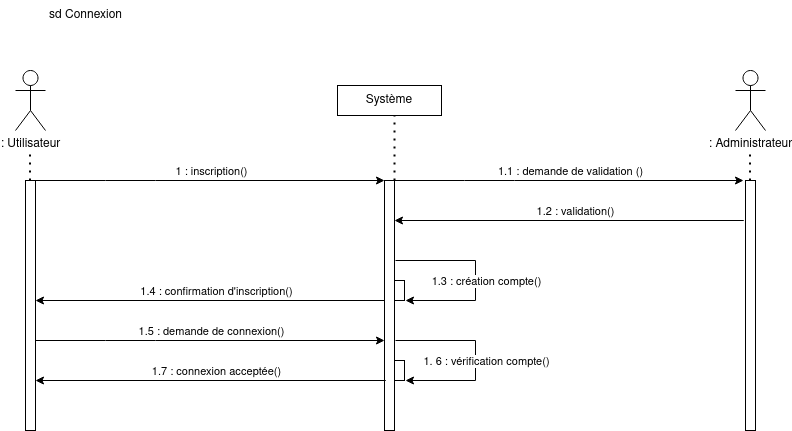
Earlier version of the draw.io export diagrams/diagramme_de_sequence_myfirstblog-connexion.drawio.png (j-lucea/MyFirstBlog). Source tidied: cells renumbered, new cells last; positions are measured from the earlier drawing's top-left corner, leaving out a move shared by most shapes. Source of this version:
```xml
<mxGraphModel>
  <root>
    <mxCell id="0" />
    <mxCell id="1" parent="0" />
    <mxCell id="2" value="Système" style="rounded=0;whiteSpace=wrap;html=1;" parent="1" vertex="1">
      <mxGeometry x="322" y="85" width="104" height="30" as="geometry" />
    </mxCell>
    <mxCell id="3" value=": Utilisateur" style="shape=umlActor;verticalLabelPosition=bottom;verticalAlign=top;html=1;" parent="1" vertex="1">
      <mxGeometry y="70" width="30" height="60" as="geometry" />
    </mxCell>
    <mxCell id="4" style="endArrow=classic;html=1;rounded=0;" parent="1" edge="1">
      <mxGeometry relative="1" as="geometry">
        <mxPoint x="20" y="180" as="sourcePoint" />
        <mxPoint x="369" y="180" as="targetPoint" />
        <Array as="points">
          <mxPoint x="90" y="180" />
          <mxPoint x="140" y="180" />
        </Array>
      </mxGeometry>
    </mxCell>
    <mxCell id="5" value="1 : inscription()" style="edgeLabel;html=1;align=center;verticalAlign=middle;" parent="4" vertex="1">
      <mxGeometry relative="1" as="geometry">
        <mxPoint y="-10" as="offset" />
      </mxGeometry>
    </mxCell>
    <mxCell id="6" style="html=1;points=[];perimeter=orthogonalPerimeter;outlineConnect=0;targetShapes=umlLifeline;portConstraint=eastwest;newEdgeStyle={&quot;edgeStyle&quot;:&quot;elbowEdgeStyle&quot;,&quot;elbow&quot;:&quot;vertical&quot;,&quot;curved&quot;:0,&quot;rounded&quot;:0};" parent="1" vertex="1">
      <mxGeometry x="10" y="180" width="10" height="250" as="geometry" />
    </mxCell>
    <mxCell id="7" style="html=1;points=[];perimeter=orthogonalPerimeter;outlineConnect=0;targetShapes=umlLifeline;portConstraint=eastwest;newEdgeStyle={&quot;edgeStyle&quot;:&quot;elbowEdgeStyle&quot;,&quot;elbow&quot;:&quot;vertical&quot;,&quot;curved&quot;:0,&quot;rounded&quot;:0};" parent="1" vertex="1">
      <mxGeometry x="369" y="180" width="10" height="250" as="geometry" />
    </mxCell>
    <mxCell id="8" style="endArrow=classic;html=1;rounded=0;" parent="1" edge="1">
      <mxGeometry relative="1" as="geometry">
        <mxPoint x="20" y="340" as="sourcePoint" />
        <mxPoint x="369" y="340" as="targetPoint" />
        <Array as="points">
          <mxPoint x="90" y="340" />
          <mxPoint x="140" y="340" />
        </Array>
      </mxGeometry>
    </mxCell>
    <mxCell id="9" value="1.5 : demande de connexion()" style="edgeLabel;html=1;align=center;verticalAlign=middle;" parent="8" vertex="1">
      <mxGeometry relative="1" as="geometry">
        <mxPoint y="-10" as="offset" />
      </mxGeometry>
    </mxCell>
    <mxCell id="10" style="html=1;perimeter=orthogonalPerimeter;targetShapes=umlLifeline;newEdgeStyle={&quot;edgeStyle&quot;:&quot;elbowEdgeStyle&quot;,&quot;elbow&quot;:&quot;vertical&quot;,&quot;curved&quot;:0,&quot;rounded&quot;:0};" parent="1" vertex="1">
      <mxGeometry x="379" y="360" width="10" height="20" as="geometry" />
    </mxCell>
    <mxCell id="11" style="endArrow=classic;html=1;rounded=0;" parent="1" edge="1">
      <mxGeometry relative="1" as="geometry">
        <mxPoint x="380" y="340" as="sourcePoint" />
        <mxPoint x="390" y="380" as="targetPoint" />
        <Array as="points">
          <mxPoint x="460" y="340" />
          <mxPoint x="460" y="380" />
        </Array>
      </mxGeometry>
    </mxCell>
    <mxCell id="12" value="1. 6 : vérification compte()" style="edgeLabel;html=1;align=center;verticalAlign=middle;" parent="11" vertex="1">
      <mxGeometry relative="1" as="geometry">
        <mxPoint x="10" y="5" as="offset" />
      </mxGeometry>
    </mxCell>
    <mxCell id="13" value="sd Connexion" style="text;html=1;align=center;verticalAlign=middle;strokeColor=none;fillColor=none;" parent="1" vertex="1">
      <mxGeometry x="20" width="100" height="30" as="geometry" />
    </mxCell>
    <mxCell id="14" style="endArrow=none;dashed=1;html=1;dashPattern=1 3;strokeWidth=2;rounded=0;" parent="1" edge="1" source="7">
      <mxGeometry relative="1" as="geometry">
        <mxPoint x="379" y="115" as="targetPoint" />
      </mxGeometry>
    </mxCell>
    <mxCell id="15" style="endArrow=none;dashed=1;html=1;dashPattern=1 3;strokeWidth=2;rounded=0;" parent="1" edge="1">
      <mxGeometry relative="1" as="geometry">
        <mxPoint x="14.5" y="180" as="sourcePoint" />
        <mxPoint x="14.5" y="150" as="targetPoint" />
      </mxGeometry>
    </mxCell>
    <mxCell id="16" style="endArrow=classic;html=1;rounded=0;" parent="1" edge="1" target="6">
      <mxGeometry relative="1" as="geometry">
        <mxPoint x="230" y="380" as="sourcePoint" />
        <Array as="points">
          <mxPoint x="300" y="380" />
          <mxPoint x="370" y="380" />
        </Array>
      </mxGeometry>
    </mxCell>
    <mxCell id="17" value="1.7 : connexion acceptée()" style="edgeLabel;html=1;align=center;verticalAlign=middle;" parent="16" vertex="1">
      <mxGeometry relative="1" as="geometry">
        <mxPoint x="-65" y="-10" as="offset" />
      </mxGeometry>
    </mxCell>
    <mxCell id="18" style="endArrow=classic;html=1;rounded=0;" parent="1" edge="1">
      <mxGeometry relative="1" as="geometry">
        <mxPoint x="249" y="300" as="sourcePoint" />
        <mxPoint x="20" y="300" as="targetPoint" />
        <Array as="points">
          <mxPoint x="319" y="300" />
          <mxPoint x="369" y="300" />
        </Array>
      </mxGeometry>
    </mxCell>
    <mxCell id="19" value="1.4 : confirmation d'inscription()" style="edgeLabel;html=1;align=center;verticalAlign=middle;" parent="18" vertex="1">
      <mxGeometry relative="1" as="geometry">
        <mxPoint x="-54" y="-10" as="offset" />
      </mxGeometry>
    </mxCell>
    <mxCell id="20" style="html=1;perimeter=orthogonalPerimeter;targetShapes=umlLifeline;newEdgeStyle={&quot;edgeStyle&quot;:&quot;elbowEdgeStyle&quot;,&quot;elbow&quot;:&quot;vertical&quot;,&quot;curved&quot;:0,&quot;rounded&quot;:0};" parent="1" vertex="1">
      <mxGeometry x="379" y="280" width="10" height="20" as="geometry" />
    </mxCell>
    <mxCell id="21" style="endArrow=classic;html=1;rounded=0;" parent="1" edge="1">
      <mxGeometry relative="1" as="geometry">
        <mxPoint x="380" y="260" as="sourcePoint" />
        <mxPoint x="390" y="300" as="targetPoint" />
        <Array as="points">
          <mxPoint x="460" y="260" />
          <mxPoint x="460" y="300" />
        </Array>
      </mxGeometry>
    </mxCell>
    <mxCell id="22" value="1.3 : création compte()" style="edgeLabel;html=1;align=center;verticalAlign=middle;" parent="21" vertex="1">
      <mxGeometry relative="1" as="geometry">
        <mxPoint x="10" y="5" as="offset" />
      </mxGeometry>
    </mxCell>
    <mxCell id="23" style="endArrow=classic;html=1;rounded=0;" parent="1" edge="1">
      <mxGeometry relative="1" as="geometry">
        <mxPoint x="379" y="180" as="sourcePoint" />
        <mxPoint x="728" y="180" as="targetPoint" />
        <Array as="points">
          <mxPoint x="449" y="180" />
          <mxPoint x="499" y="180" />
        </Array>
      </mxGeometry>
    </mxCell>
    <mxCell id="24" value="1.1 : demande de validation ()" style="edgeLabel;html=1;align=center;verticalAlign=middle;" parent="23" vertex="1">
      <mxGeometry relative="1" as="geometry">
        <mxPoint y="-10" as="offset" />
      </mxGeometry>
    </mxCell>
    <mxCell id="25" style="html=1;perimeter=orthogonalPerimeter;targetShapes=umlLifeline;newEdgeStyle={&quot;edgeStyle&quot;:&quot;elbowEdgeStyle&quot;,&quot;elbow&quot;:&quot;vertical&quot;,&quot;curved&quot;:0,&quot;rounded&quot;:0};" parent="1" vertex="1">
      <mxGeometry x="730" y="180" width="10" height="250" as="geometry" />
    </mxCell>
    <mxCell id="26" style="endArrow=classic;html=1;rounded=0;" parent="1" edge="1">
      <mxGeometry relative="1" as="geometry">
        <mxPoint x="608" y="220" as="sourcePoint" />
        <mxPoint x="379" y="220" as="targetPoint" />
        <Array as="points">
          <mxPoint x="678" y="220" />
          <mxPoint x="728" y="220" />
        </Array>
      </mxGeometry>
    </mxCell>
    <mxCell id="27" value="1.2 : validation()" style="edgeLabel;html=1;align=center;verticalAlign=middle;" parent="26" vertex="1">
      <mxGeometry relative="1" as="geometry">
        <mxPoint x="-54" y="-10" as="offset" />
      </mxGeometry>
    </mxCell>
    <mxCell id="28" value=": Administrateur" style="shape=umlActor;verticalLabelPosition=bottom;verticalAlign=top;html=1;" parent="1" vertex="1">
      <mxGeometry x="720" y="70" width="30" height="60" as="geometry" />
    </mxCell>
    <mxCell id="29" style="endArrow=none;dashed=1;html=1;dashPattern=1 3;strokeWidth=2;rounded=0;" parent="1" edge="1">
      <mxGeometry relative="1" as="geometry">
        <mxPoint x="734.5" y="180" as="sourcePoint" />
        <mxPoint x="734.5" y="150" as="targetPoint" />
      </mxGeometry>
    </mxCell>
  </root>
</mxGraphModel>
```
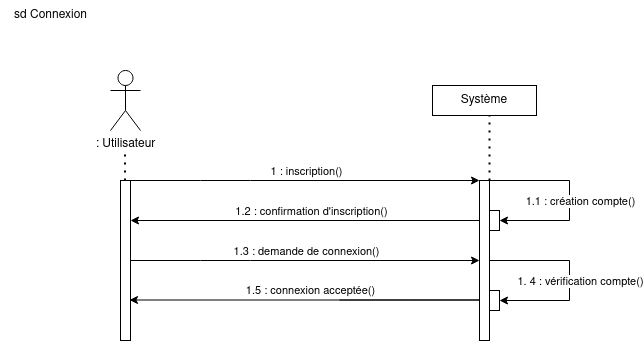
The same diagram one commit later.

Diff of the diagram source:
```diff
@@ -24,46 +24,46 @@
       </mxGeometry>
     </mxCell>
     <mxCell id="6" style="html=1;points=[];perimeter=orthogonalPerimeter;outlineConnect=0;targetShapes=umlLifeline;portConstraint=eastwest;newEdgeStyle={&quot;edgeStyle&quot;:&quot;elbowEdgeStyle&quot;,&quot;elbow&quot;:&quot;vertical&quot;,&quot;curved&quot;:0,&quot;rounded&quot;:0};" parent="1" vertex="1">
-      <mxGeometry x="10" y="180" width="10" height="250" as="geometry" />
+      <mxGeometry x="10" y="180" width="10" height="160" as="geometry" />
     </mxCell>
     <mxCell id="7" style="html=1;points=[];perimeter=orthogonalPerimeter;outlineConnect=0;targetShapes=umlLifeline;portConstraint=eastwest;newEdgeStyle={&quot;edgeStyle&quot;:&quot;elbowEdgeStyle&quot;,&quot;elbow&quot;:&quot;vertical&quot;,&quot;curved&quot;:0,&quot;rounded&quot;:0};" parent="1" vertex="1">
-      <mxGeometry x="369" y="180" width="10" height="250" as="geometry" />
+      <mxGeometry x="369" y="180" width="10" height="160" as="geometry" />
     </mxCell>
     <mxCell id="8" style="endArrow=classic;html=1;rounded=0;" parent="1" edge="1">
       <mxGeometry relative="1" as="geometry">
-        <mxPoint x="20" y="340" as="sourcePoint" />
-        <mxPoint x="369" y="340" as="targetPoint" />
+        <mxPoint x="20" y="260" as="sourcePoint" />
+        <mxPoint x="369" y="260" as="targetPoint" />
         <Array as="points">
-          <mxPoint x="90" y="340" />
-          <mxPoint x="140" y="340" />
+          <mxPoint x="90" y="260" />
+          <mxPoint x="140" y="260" />
         </Array>
       </mxGeometry>
     </mxCell>
-    <mxCell id="9" value="1.5 : demande de connexion()" style="edgeLabel;html=1;align=center;verticalAlign=middle;" parent="8" vertex="1">
+    <mxCell id="9" value="1.3 : demande de connexion()" style="edgeLabel;html=1;align=center;verticalAlign=middle;" parent="8" vertex="1">
       <mxGeometry relative="1" as="geometry">
         <mxPoint y="-10" as="offset" />
       </mxGeometry>
     </mxCell>
     <mxCell id="10" style="html=1;perimeter=orthogonalPerimeter;targetShapes=umlLifeline;newEdgeStyle={&quot;edgeStyle&quot;:&quot;elbowEdgeStyle&quot;,&quot;elbow&quot;:&quot;vertical&quot;,&quot;curved&quot;:0,&quot;rounded&quot;:0};" parent="1" vertex="1">
-      <mxGeometry x="379" y="360" width="10" height="20" as="geometry" />
+      <mxGeometry x="379" y="290" width="10" height="20" as="geometry" />
     </mxCell>
     <mxCell id="11" style="endArrow=classic;html=1;rounded=0;" parent="1" edge="1">
       <mxGeometry relative="1" as="geometry">
-        <mxPoint x="380" y="340" as="sourcePoint" />
-        <mxPoint x="390" y="380" as="targetPoint" />
+        <mxPoint x="379" y="260" as="sourcePoint" />
+        <mxPoint x="389" y="300" as="targetPoint" />
         <Array as="points">
-          <mxPoint x="460" y="340" />
-          <mxPoint x="460" y="380" />
+          <mxPoint x="459" y="260" />
+          <mxPoint x="459" y="300" />
         </Array>
       </mxGeometry>
     </mxCell>
-    <mxCell id="12" value="1. 6 : vérification compte()" style="edgeLabel;html=1;align=center;verticalAlign=middle;" parent="11" vertex="1">
+    <mxCell id="12" value="1. 4 : vérification compte()" style="edgeLabel;html=1;align=center;verticalAlign=middle;" parent="11" vertex="1">
       <mxGeometry relative="1" as="geometry">
         <mxPoint x="10" y="5" as="offset" />
       </mxGeometry>
     </mxCell>
     <mxCell id="13" value="sd Connexion" style="text;html=1;align=center;verticalAlign=middle;strokeColor=none;fillColor=none;" parent="1" vertex="1">
-      <mxGeometry x="20" width="100" height="30" as="geometry" />
+      <mxGeometry x="-110" width="100" height="30" as="geometry" />
     </mxCell>
     <mxCell id="14" style="endArrow=none;dashed=1;html=1;dashPattern=1 3;strokeWidth=2;rounded=0;" parent="1" edge="1" source="7">
       <mxGeometry relative="1" as="geometry">
@@ -76,94 +76,53 @@
         <mxPoint x="14.5" y="150" as="targetPoint" />
       </mxGeometry>
     </mxCell>
-    <mxCell id="16" style="endArrow=classic;html=1;rounded=0;" parent="1" edge="1" target="6">
+    <mxCell id="16" style="endArrow=classic;html=1;rounded=0;" parent="1" edge="1">
       <mxGeometry relative="1" as="geometry">
-        <mxPoint x="230" y="380" as="sourcePoint" />
+        <mxPoint x="229" y="299.5" as="sourcePoint" />
+        <mxPoint x="19" y="299.5" as="targetPoint" />
         <Array as="points">
-          <mxPoint x="300" y="380" />
-          <mxPoint x="370" y="380" />
+          <mxPoint x="299" y="299.5" />
+          <mxPoint x="369" y="299.5" />
         </Array>
       </mxGeometry>
     </mxCell>
-    <mxCell id="17" value="1.7 : connexion acceptée()" style="edgeLabel;html=1;align=center;verticalAlign=middle;" parent="16" vertex="1">
+    <mxCell id="17" value="1.5 : connexion acceptée()" style="edgeLabel;html=1;align=center;verticalAlign=middle;" parent="16" vertex="1">
       <mxGeometry relative="1" as="geometry">
         <mxPoint x="-65" y="-10" as="offset" />
       </mxGeometry>
     </mxCell>
     <mxCell id="18" style="endArrow=classic;html=1;rounded=0;" parent="1" edge="1">
       <mxGeometry relative="1" as="geometry">
-        <mxPoint x="249" y="300" as="sourcePoint" />
-        <mxPoint x="20" y="300" as="targetPoint" />
+        <mxPoint x="249" y="220" as="sourcePoint" />
+        <mxPoint x="20" y="220" as="targetPoint" />
         <Array as="points">
-          <mxPoint x="319" y="300" />
-          <mxPoint x="369" y="300" />
+          <mxPoint x="319" y="220" />
+          <mxPoint x="369" y="220" />
         </Array>
       </mxGeometry>
     </mxCell>
-    <mxCell id="19" value="1.4 : confirmation d'inscription()" style="edgeLabel;html=1;align=center;verticalAlign=middle;" parent="18" vertex="1">
+    <mxCell id="19" value="1.2 : confirmation d'inscription()" style="edgeLabel;html=1;align=center;verticalAlign=middle;" parent="18" vertex="1">
       <mxGeometry relative="1" as="geometry">
         <mxPoint x="-54" y="-10" as="offset" />
       </mxGeometry>
     </mxCell>
     <mxCell id="20" style="html=1;perimeter=orthogonalPerimeter;targetShapes=umlLifeline;newEdgeStyle={&quot;edgeStyle&quot;:&quot;elbowEdgeStyle&quot;,&quot;elbow&quot;:&quot;vertical&quot;,&quot;curved&quot;:0,&quot;rounded&quot;:0};" parent="1" vertex="1">
-      <mxGeometry x="379" y="280" width="10" height="20" as="geometry" />
+      <mxGeometry x="379" y="210" width="10" height="20" as="geometry" />
     </mxCell>
     <mxCell id="21" style="endArrow=classic;html=1;rounded=0;" parent="1" edge="1">
       <mxGeometry relative="1" as="geometry">
-        <mxPoint x="380" y="260" as="sourcePoint" />
-        <mxPoint x="390" y="300" as="targetPoint" />
+        <mxPoint x="379" y="180" as="sourcePoint" />
+        <mxPoint x="389" y="220" as="targetPoint" />
         <Array as="points">
-          <mxPoint x="460" y="260" />
-          <mxPoint x="460" y="300" />
+          <mxPoint x="459" y="180" />
+          <mxPoint x="459" y="220" />
         </Array>
       </mxGeometry>
     </mxCell>
-    <mxCell id="22" value="1.3 : création compte()" style="edgeLabel;html=1;align=center;verticalAlign=middle;" parent="21" vertex="1">
+    <mxCell id="22" value="1.1 : création compte()" style="edgeLabel;html=1;align=center;verticalAlign=middle;" parent="21" vertex="1">
       <mxGeometry relative="1" as="geometry">
         <mxPoint x="10" y="5" as="offset" />
       </mxGeometry>
     </mxCell>
-    <mxCell id="23" style="endArrow=classic;html=1;rounded=0;" parent="1" edge="1">
-      <mxGeometry relative="1" as="geometry">
-        <mxPoint x="379" y="180" as="sourcePoint" />
-        <mxPoint x="728" y="180" as="targetPoint" />
-        <Array as="points">
-          <mxPoint x="449" y="180" />
-          <mxPoint x="499" y="180" />
-        </Array>
-      </mxGeometry>
-    </mxCell>
-    <mxCell id="24" value="1.1 : demande de validation ()" style="edgeLabel;html=1;align=center;verticalAlign=middle;" parent="23" vertex="1">
-      <mxGeometry relative="1" as="geometry">
-        <mxPoint y="-10" as="offset" />
-      </mxGeometry>
-    </mxCell>
-    <mxCell id="25" style="html=1;perimeter=orthogonalPerimeter;targetShapes=umlLifeline;newEdgeStyle={&quot;edgeStyle&quot;:&quot;elbowEdgeStyle&quot;,&quot;elbow&quot;:&quot;vertical&quot;,&quot;curved&quot;:0,&quot;rounded&quot;:0};" parent="1" vertex="1">
-      <mxGeometry x="730" y="180" width="10" height="250" as="geometry" />
-    </mxCell>
-    <mxCell id="26" style="endArrow=classic;html=1;rounded=0;" parent="1" edge="1">
-      <mxGeometry relative="1" as="geometry">
-        <mxPoint x="608" y="220" as="sourcePoint" />
-        <mxPoint x="379" y="220" as="targetPoint" />
-        <Array as="points">
-          <mxPoint x="678" y="220" />
-          <mxPoint x="728" y="220" />
-        </Array>
-      </mxGeometry>
-    </mxCell>
-    <mxCell id="27" value="1.2 : validation()" style="edgeLabel;html=1;align=center;verticalAlign=middle;" parent="26" vertex="1">
-      <mxGeometry relative="1" as="geometry">
-        <mxPoint x="-54" y="-10" as="offset" />
-      </mxGeometry>
-    </mxCell>
-    <mxCell id="28" value=": Administrateur" style="shape=umlActor;verticalLabelPosition=bottom;verticalAlign=top;html=1;" parent="1" vertex="1">
-      <mxGeometry x="720" y="70" width="30" height="60" as="geometry" />
-    </mxCell>
-    <mxCell id="29" style="endArrow=none;dashed=1;html=1;dashPattern=1 3;strokeWidth=2;rounded=0;" parent="1" edge="1">
-      <mxGeometry relative="1" as="geometry">
-        <mxPoint x="734.5" y="180" as="sourcePoint" />
-        <mxPoint x="734.5" y="150" as="targetPoint" />
-      </mxGeometry>
-    </mxCell>
   </root>
 </mxGraphModel>
```
